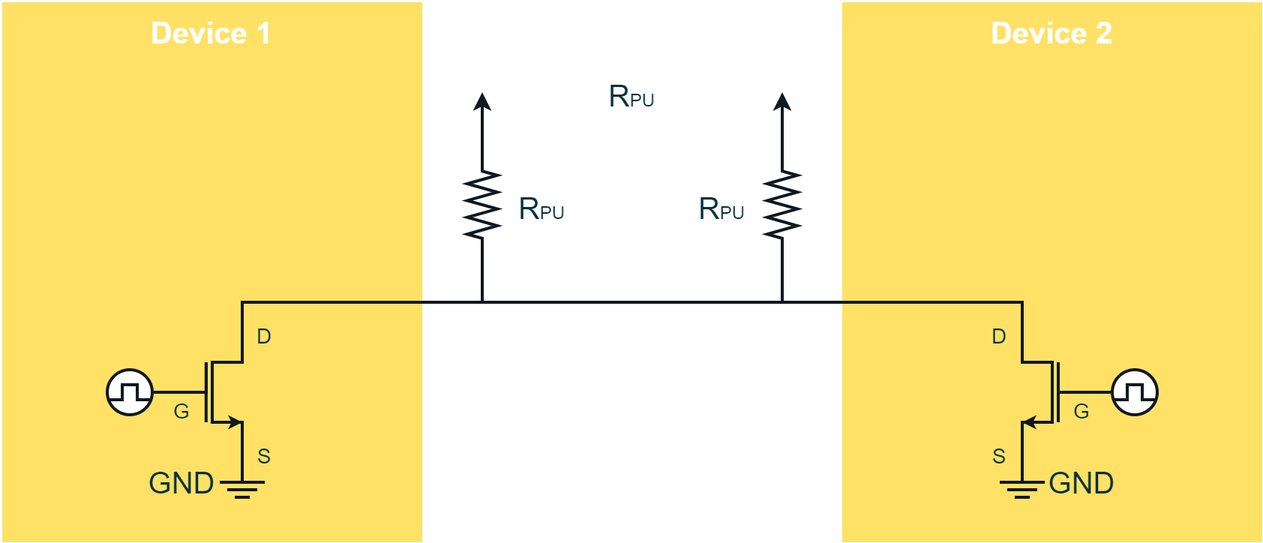
PLAY-Embedded/pe_assets keeps this draw.io diagram as draw.io/PE Articles/Basic knowledge/Fundamentals of Digital Circuitry/Open drain (PE).png. Above is the earlier version. Source tidied: cells renumbered, new cells last; positions are measured from the earlier drawing's top-left corner, leaving out a move shared by most shapes. The source it was exported from:
```xml
<mxGraphModel>
  <root>
    <mxCell id="0" />
    <mxCell id="1" parent="0" />
    <mxCell id="2" style="rounded=0;whiteSpace=wrap;html=1;strokeColor=none;strokeWidth=2;fontFamily=Arial;fontSize=20;fontColor=#FFFFFF;fillColor=#FED141;opacity=0;" parent="1" vertex="1">
      <mxGeometry width="840" height="360" as="geometry" />
    </mxCell>
    <mxCell id="3" style="rounded=0;whiteSpace=wrap;html=1;strokeColor=none;strokeWidth=2;fontFamily=Arial;fontSize=20;fontColor=#FFFFFF;fillColor=#FFCD00;opacity=60;" parent="1" vertex="1">
      <mxGeometry width="280" height="360" as="geometry" />
    </mxCell>
    <mxCell id="4" style="verticalLabelPosition=bottom;shadow=0;dashed=0;align=center;html=1;verticalAlign=top;shape=mxgraph.electrical.resistors.resistor_2;strokeColor=#101820;strokeWidth=2;fontFamily=Arial;fontSize=20;fontColor=#FFFFFF;fillColor=#101820;direction=south;" parent="1" vertex="1">
      <mxGeometry x="310" y="100" width="20" height="70" as="geometry" />
    </mxCell>
    <mxCell id="5" style="endArrow=none;html=1;rounded=0;strokeColor=#101820;strokeWidth=2;fontFamily=Arial;fontSize=20;fontColor=#FFFFFF;fillColor=none;" parent="1" edge="1">
      <mxGeometry x="0.33" y="20" relative="1" as="geometry">
        <mxPoint x="160" y="320" as="sourcePoint" />
        <mxPoint x="160" y="200" as="targetPoint" />
        <Array as="points">
          <mxPoint x="160" y="280" />
          <mxPoint x="140" y="280" />
          <mxPoint x="140" y="240" />
          <mxPoint x="160" y="240" />
        </Array>
      </mxGeometry>
    </mxCell>
    <mxCell id="6" style="endArrow=none;html=1;rounded=0;strokeColor=#101820;strokeWidth=2;fontFamily=Arial;fontSize=20;fontColor=#FFFFFF;fillColor=none;" parent="1" edge="1">
      <mxGeometry relative="1" as="geometry">
        <mxPoint x="135.9" y="280" as="sourcePoint" />
        <mxPoint x="135.9" y="240" as="targetPoint" />
      </mxGeometry>
    </mxCell>
    <mxCell id="7" style="endArrow=classic;html=1;rounded=0;strokeColor=#101820;strokeWidth=2;fontFamily=Arial;fontSize=20;fontColor=#FFFFFF;fillColor=none;endSize=3;startSize=3;" parent="1" edge="1">
      <mxGeometry relative="1" as="geometry">
        <mxPoint x="140" y="260" as="sourcePoint" />
        <mxPoint x="160" y="280" as="targetPoint" />
        <Array as="points">
          <mxPoint x="140" y="280" />
        </Array>
      </mxGeometry>
    </mxCell>
    <mxCell id="8" style="endArrow=none;html=1;rounded=0;strokeColor=#101820;strokeWidth=2;fontFamily=Arial;fontSize=20;fontColor=#FFFFFF;fillColor=none;entryX=1;entryY=0.5;entryDx=0;entryDy=0;" parent="1" edge="1" target="16">
      <mxGeometry relative="1" as="geometry">
        <mxPoint x="136" y="240" as="sourcePoint" />
        <Array as="points">
          <mxPoint x="136" y="260" />
          <mxPoint x="100" y="260" />
        </Array>
      </mxGeometry>
    </mxCell>
    <mxCell id="9" style="endArrow=classic;html=1;rounded=0;strokeColor=#101820;strokeWidth=2;fontFamily=Arial;fontSize=20;fontColor=#101820;fillColor=#101820;" parent="1" edge="1">
      <mxGeometry relative="1" as="geometry">
        <mxPoint x="320" y="100" as="sourcePoint" />
        <mxPoint x="320" y="60" as="targetPoint" />
      </mxGeometry>
    </mxCell>
    <mxCell id="10" style="group;" parent="1" vertex="1">
      <mxGeometry x="145" y="320" width="30" height="10" as="geometry" />
    </mxCell>
    <mxCell id="11" style="endArrow=none;html=1;rounded=0;strokeColor=#101820;strokeWidth=2;fontFamily=Arial;fontSize=20;fontColor=#101820;fillColor=none;" parent="10" edge="1">
      <mxGeometry relative="1" as="geometry">
        <mxPoint as="sourcePoint" />
        <mxPoint x="30" as="targetPoint" />
      </mxGeometry>
    </mxCell>
    <mxCell id="12" style="endArrow=none;html=1;rounded=0;strokeColor=#101820;strokeWidth=2;fontFamily=Arial;fontSize=20;fontColor=#101820;fillColor=none;" parent="10" edge="1">
      <mxGeometry relative="1" as="geometry">
        <mxPoint x="5" y="5" as="sourcePoint" />
        <mxPoint x="25" y="5" as="targetPoint" />
      </mxGeometry>
    </mxCell>
    <mxCell id="13" style="endArrow=none;html=1;rounded=0;strokeColor=#101820;strokeWidth=2;fontFamily=Arial;fontSize=20;fontColor=#101820;fillColor=none;" parent="10" edge="1">
      <mxGeometry relative="1" as="geometry">
        <mxPoint x="10" y="10" as="sourcePoint" />
        <mxPoint x="20" y="10" as="targetPoint" />
      </mxGeometry>
    </mxCell>
    <mxCell id="14" style="endArrow=none;html=1;rounded=0;strokeColor=#101820;strokeWidth=2;fontFamily=Arial;fontSize=20;fontColor=#101820;fillColor=none;" parent="10" edge="1">
      <mxGeometry relative="1" as="geometry">
        <mxPoint x="25" as="sourcePoint" />
        <mxPoint x="15" y="-20" as="targetPoint" />
        <Array as="points">
          <mxPoint x="15" />
        </Array>
      </mxGeometry>
    </mxCell>
    <mxCell id="15" value="&lt;font color=&quot;#00313c&quot;&gt;GND&lt;/font&gt;" style="rounded=0;whiteSpace=wrap;html=1;strokeColor=none;strokeWidth=2;fontFamily=Arial;fontSize=20;fontColor=#101820;fillColor=none;" parent="1" vertex="1">
      <mxGeometry y="300" width="240" height="40" as="geometry" />
    </mxCell>
    <mxCell id="16" style="ellipse;whiteSpace=wrap;html=1;strokeColor=#101820;strokeWidth=2;fontFamily=Arial;fontSize=20;fontColor=#00313C;fillColor=#FFFFFF;" parent="1" vertex="1">
      <mxGeometry x="70" y="245" width="30" height="30" as="geometry" />
    </mxCell>
    <mxCell id="17" style="endArrow=none;html=1;rounded=0;strokeColor=#101820;strokeWidth=2;fontFamily=Arial;fontSize=20;fontColor=#00313C;fillColor=none;" parent="1" edge="1">
      <mxGeometry relative="1" as="geometry">
        <mxPoint x="70" y="265" as="sourcePoint" />
        <mxPoint x="100" y="265" as="targetPoint" />
        <Array as="points">
          <mxPoint x="80" y="265" />
          <mxPoint x="80" y="255" />
          <mxPoint x="90" y="255" />
          <mxPoint x="90" y="265" />
        </Array>
      </mxGeometry>
    </mxCell>
    <mxCell id="18" value="&lt;font style=&quot;font-size: 14px;&quot; color=&quot;#00313c&quot;&gt;S&lt;/font&gt;" style="rounded=0;whiteSpace=wrap;html=1;strokeColor=none;strokeWidth=2;fontFamily=Arial;fontSize=20;fontColor=#101820;fillColor=none;" parent="1" vertex="1">
      <mxGeometry x="70" y="280" width="210" height="40" as="geometry" />
    </mxCell>
    <mxCell id="19" value="&lt;font style=&quot;font-size: 14px;&quot; color=&quot;#00313c&quot;&gt;D&lt;/font&gt;" style="rounded=0;whiteSpace=wrap;html=1;strokeColor=none;strokeWidth=2;fontFamily=Arial;fontSize=20;fontColor=#101820;fillColor=none;" parent="1" vertex="1">
      <mxGeometry x="70" y="200" width="210" height="40" as="geometry" />
    </mxCell>
    <mxCell id="20" value="&lt;font style=&quot;font-size: 14px;&quot; color=&quot;#00313c&quot;&gt;G&lt;/font&gt;" style="rounded=0;whiteSpace=wrap;html=1;strokeColor=none;strokeWidth=2;fontFamily=Arial;fontSize=20;fontColor=#101820;fillColor=none;" parent="1" vertex="1">
      <mxGeometry y="250" width="240" height="40" as="geometry" />
    </mxCell>
    <mxCell id="21" style="rounded=0;whiteSpace=wrap;html=1;strokeColor=none;strokeWidth=2;fontFamily=Arial;fontSize=20;fontColor=#FFFFFF;fillColor=#FFCD00;opacity=60;" parent="1" vertex="1">
      <mxGeometry x="560" width="280" height="360" as="geometry" />
    </mxCell>
    <mxCell id="22" style="endArrow=none;html=1;rounded=0;labelBackgroundColor=#0067B9;strokeColor=#101820;strokeWidth=2;fontFamily=Arial;fontSize=15;fontColor=#A5B6BA;startSize=10;endSize=3;fillColor=#101820;endFill=0;" parent="1" edge="1">
      <mxGeometry relative="1" as="geometry">
        <mxPoint x="160" y="220" as="sourcePoint" />
        <mxPoint x="680" y="200" as="targetPoint" />
        <Array as="points">
          <mxPoint x="160" y="200" />
          <mxPoint x="680" y="200" />
          <mxPoint x="680" y="220" />
        </Array>
      </mxGeometry>
    </mxCell>
    <mxCell id="23" value="&lt;font color=&quot;#ffffff&quot;&gt;Device 1&lt;/font&gt;" style="rounded=0;whiteSpace=wrap;html=1;strokeColor=none;strokeWidth=2;fontFamily=Arial;fontSize=20;fontColor=#101820;fillColor=none;fontStyle=1;" parent="1" vertex="1">
      <mxGeometry width="280" height="40" as="geometry" />
    </mxCell>
    <mxCell id="24" value="&lt;font color=&quot;#ffffff&quot;&gt;Device 2&lt;/font&gt;" style="rounded=0;whiteSpace=wrap;html=1;strokeColor=none;strokeWidth=2;fontFamily=Arial;fontSize=20;fontColor=#101820;fillColor=none;fontStyle=1;" parent="1" vertex="1">
      <mxGeometry x="560" width="280" height="40" as="geometry" />
    </mxCell>
    <mxCell id="25" style="endArrow=none;html=1;rounded=0;strokeColor=#101820;strokeWidth=2;fontFamily=Arial;fontSize=20;fontColor=#FFFFFF;fillColor=#101820;" parent="1" edge="1">
      <mxGeometry x="0.33" y="20" relative="1" as="geometry">
        <mxPoint x="680" y="320" as="sourcePoint" />
        <mxPoint x="680" y="200" as="targetPoint" />
        <Array as="points">
          <mxPoint x="680" y="280" />
          <mxPoint x="700" y="280" />
          <mxPoint x="700" y="240" />
          <mxPoint x="680" y="240" />
        </Array>
      </mxGeometry>
    </mxCell>
    <mxCell id="26" style="endArrow=none;html=1;rounded=0;strokeColor=#101820;strokeWidth=2;fontFamily=Arial;fontSize=20;fontColor=#FFFFFF;fillColor=none;" parent="1" edge="1">
      <mxGeometry relative="1" as="geometry">
        <mxPoint x="704" y="280" as="sourcePoint" />
        <mxPoint x="704" y="240" as="targetPoint" />
      </mxGeometry>
    </mxCell>
    <mxCell id="27" style="endArrow=classic;html=1;rounded=0;strokeColor=#101820;strokeWidth=2;fontFamily=Arial;fontSize=20;fontColor=#FFFFFF;fillColor=#101820;endSize=3;startSize=3;" parent="1" edge="1">
      <mxGeometry relative="1" as="geometry">
        <mxPoint x="700" y="260" as="sourcePoint" />
        <mxPoint x="680" y="280" as="targetPoint" />
        <Array as="points">
          <mxPoint x="700" y="280" />
        </Array>
      </mxGeometry>
    </mxCell>
    <mxCell id="28" style="endArrow=none;html=1;rounded=0;strokeColor=#101820;strokeWidth=2;fontFamily=Arial;fontSize=20;fontColor=#FFFFFF;fillColor=#101820;" parent="1" edge="1">
      <mxGeometry relative="1" as="geometry">
        <mxPoint x="704" y="240" as="sourcePoint" />
        <mxPoint x="740" y="260" as="targetPoint" />
        <Array as="points">
          <mxPoint x="704" y="260" />
          <mxPoint x="740" y="260" />
        </Array>
      </mxGeometry>
    </mxCell>
    <mxCell id="29" style="group;" parent="1" vertex="1">
      <mxGeometry x="665" y="320" width="30" height="10" as="geometry" />
    </mxCell>
    <mxCell id="30" style="endArrow=none;html=1;rounded=0;strokeColor=#101820;strokeWidth=2;fontFamily=Arial;fontSize=20;fontColor=#101820;fillColor=none;" parent="29" edge="1">
      <mxGeometry relative="1" as="geometry">
        <mxPoint as="sourcePoint" />
        <mxPoint x="30" as="targetPoint" />
      </mxGeometry>
    </mxCell>
    <mxCell id="31" style="endArrow=none;html=1;rounded=0;strokeColor=#101820;strokeWidth=2;fontFamily=Arial;fontSize=20;fontColor=#101820;fillColor=none;" parent="29" edge="1">
      <mxGeometry relative="1" as="geometry">
        <mxPoint x="5" y="5" as="sourcePoint" />
        <mxPoint x="25" y="5" as="targetPoint" />
      </mxGeometry>
    </mxCell>
    <mxCell id="32" style="endArrow=none;html=1;rounded=0;strokeColor=#101820;strokeWidth=2;fontFamily=Arial;fontSize=20;fontColor=#101820;fillColor=none;" parent="29" edge="1">
      <mxGeometry relative="1" as="geometry">
        <mxPoint x="10" y="10" as="sourcePoint" />
        <mxPoint x="20" y="10" as="targetPoint" />
      </mxGeometry>
    </mxCell>
    <mxCell id="33" style="endArrow=none;html=1;rounded=0;strokeColor=#101820;strokeWidth=2;fontFamily=Arial;fontSize=20;fontColor=#101820;fillColor=none;" parent="29" edge="1">
      <mxGeometry relative="1" as="geometry">
        <mxPoint x="25" as="sourcePoint" />
        <mxPoint x="15" y="-20" as="targetPoint" />
        <Array as="points">
          <mxPoint x="15" />
        </Array>
      </mxGeometry>
    </mxCell>
    <mxCell id="34" value="&lt;font color=&quot;#00313c&quot;&gt;GND&lt;/font&gt;" style="rounded=0;whiteSpace=wrap;html=1;strokeColor=none;strokeWidth=2;fontFamily=Arial;fontSize=20;fontColor=#101820;fillColor=none;" parent="1" vertex="1">
      <mxGeometry x="600" y="300" width="240" height="40" as="geometry" />
    </mxCell>
    <mxCell id="35" value="&lt;font style=&quot;font-size: 14px;&quot; color=&quot;#00313c&quot;&gt;S&lt;/font&gt;" style="rounded=0;whiteSpace=wrap;html=1;strokeColor=none;strokeWidth=2;fontFamily=Arial;fontSize=20;fontColor=#101820;fillColor=none;" parent="1" vertex="1">
      <mxGeometry x="560" y="280" width="210" height="40" as="geometry" />
    </mxCell>
    <mxCell id="36" value="&lt;font style=&quot;font-size: 14px;&quot; color=&quot;#00313c&quot;&gt;G&lt;/font&gt;" style="rounded=0;whiteSpace=wrap;html=1;strokeColor=none;strokeWidth=2;fontFamily=Arial;fontSize=20;fontColor=#101820;fillColor=none;" parent="1" vertex="1">
      <mxGeometry x="600" y="250" width="240" height="40" as="geometry" />
    </mxCell>
    <mxCell id="37" style="endArrow=none;html=1;rounded=0;strokeColor=#101820;strokeWidth=2;fontFamily=Arial;fontSize=20;fontColor=#101820;fillColor=#101820;" parent="1" edge="1">
      <mxGeometry relative="1" as="geometry">
        <mxPoint x="320" y="200" as="sourcePoint" />
        <mxPoint x="320" y="170" as="targetPoint" />
      </mxGeometry>
    </mxCell>
    <mxCell id="38" style="ellipse;whiteSpace=wrap;html=1;strokeColor=#101820;strokeWidth=2;fontFamily=Arial;fontSize=20;fontColor=#00313C;fillColor=#FFFFFF;" parent="1" vertex="1">
      <mxGeometry x="740" y="245" width="30" height="30" as="geometry" />
    </mxCell>
    <mxCell id="39" style="endArrow=none;html=1;rounded=0;strokeColor=#101820;strokeWidth=2;fontFamily=Arial;fontSize=20;fontColor=#00313C;fillColor=none;" parent="1" edge="1">
      <mxGeometry relative="1" as="geometry">
        <mxPoint x="740" y="265" as="sourcePoint" />
        <mxPoint x="770" y="265" as="targetPoint" />
        <Array as="points">
          <mxPoint x="750" y="265" />
          <mxPoint x="750" y="255" />
          <mxPoint x="760" y="255" />
          <mxPoint x="760" y="265" />
        </Array>
      </mxGeometry>
    </mxCell>
    <mxCell id="40" value="&lt;font style=&quot;font-size: 14px;&quot; color=&quot;#00313c&quot;&gt;D&lt;/font&gt;" style="rounded=0;whiteSpace=wrap;html=1;strokeColor=none;strokeWidth=2;fontFamily=Arial;fontSize=20;fontColor=#101820;fillColor=none;" parent="1" vertex="1">
      <mxGeometry x="560" y="200" width="210" height="40" as="geometry" />
    </mxCell>
    <mxCell id="41" style="verticalLabelPosition=bottom;shadow=0;dashed=0;align=center;html=1;verticalAlign=top;shape=mxgraph.electrical.resistors.resistor_2;strokeColor=#101820;strokeWidth=2;fontFamily=Arial;fontSize=20;fontColor=#FFFFFF;fillColor=#101820;direction=south;" parent="1" vertex="1">
      <mxGeometry x="510" y="100" width="20" height="70" as="geometry" />
    </mxCell>
    <mxCell id="42" style="endArrow=classic;html=1;rounded=0;strokeColor=#101820;strokeWidth=2;fontFamily=Arial;fontSize=20;fontColor=#101820;fillColor=#101820;" parent="1" edge="1">
      <mxGeometry relative="1" as="geometry">
        <mxPoint x="520" y="100" as="sourcePoint" />
        <mxPoint x="520" y="60" as="targetPoint" />
      </mxGeometry>
    </mxCell>
    <mxCell id="43" style="endArrow=none;html=1;rounded=0;strokeColor=#101820;strokeWidth=2;fontFamily=Arial;fontSize=20;fontColor=#101820;fillColor=#101820;" parent="1" edge="1">
      <mxGeometry relative="1" as="geometry">
        <mxPoint x="520" y="200" as="sourcePoint" />
        <mxPoint x="520" y="170" as="targetPoint" />
      </mxGeometry>
    </mxCell>
    <mxCell id="44" value="&lt;font color=&quot;#00313c&quot; style=&quot;&quot;&gt;&lt;span style=&quot;font-size: 20px; vertical-align: sub;&quot;&gt;R&lt;/span&gt;&lt;sub style=&quot;&quot;&gt;&lt;font style=&quot;font-size: 12px;&quot;&gt;PU&lt;/font&gt;&lt;/sub&gt;&lt;/font&gt;" style="rounded=0;whiteSpace=wrap;html=1;strokeColor=none;strokeWidth=2;fontFamily=Arial;fontSize=20;fontColor=#101820;fillColor=none;" parent="1" vertex="1">
      <mxGeometry x="340" y="115" width="40" height="40" as="geometry" />
    </mxCell>
    <mxCell id="45" value="&lt;font color=&quot;#00313c&quot; style=&quot;&quot;&gt;&lt;span style=&quot;font-size: 20px; vertical-align: sub;&quot;&gt;R&lt;/span&gt;&lt;sub style=&quot;&quot;&gt;&lt;font style=&quot;font-size: 12px;&quot;&gt;PU&lt;/font&gt;&lt;/sub&gt;&lt;/font&gt;" style="rounded=0;whiteSpace=wrap;html=1;strokeColor=none;strokeWidth=2;fontFamily=Arial;fontSize=20;fontColor=#101820;fillColor=none;" parent="1" vertex="1">
      <mxGeometry x="460" y="115" width="40" height="40" as="geometry" />
    </mxCell>
    <mxCell id="46" value="&lt;font color=&quot;#00313c&quot; style=&quot;&quot;&gt;&lt;span style=&quot;font-size: 20px; vertical-align: sub;&quot;&gt;R&lt;/span&gt;&lt;sub style=&quot;&quot;&gt;&lt;font style=&quot;font-size: 12px;&quot;&gt;PU&lt;/font&gt;&lt;/sub&gt;&lt;/font&gt;" style="rounded=0;whiteSpace=wrap;html=1;strokeColor=none;strokeWidth=2;fontFamily=Arial;fontSize=20;fontColor=#101820;fillColor=none;" parent="1" vertex="1">
      <mxGeometry x="400" y="40" width="40" height="40" as="geometry" />
    </mxCell>
  </root>
</mxGraphModel>
```
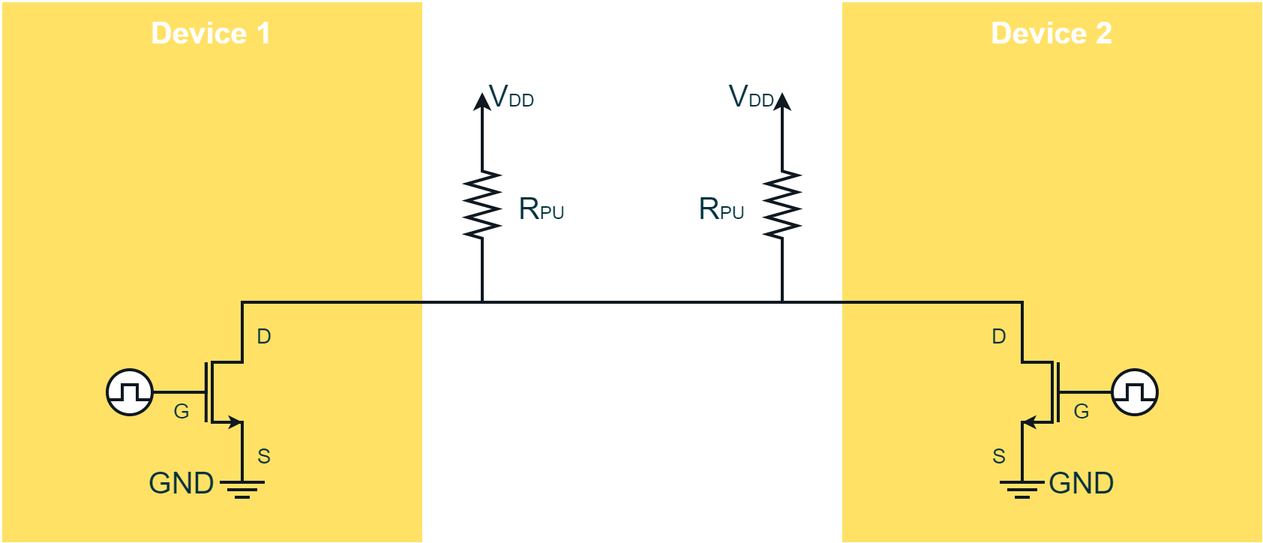
Later version of the same file.

Diff of the diagram source:
```diff
@@ -251,8 +251,11 @@
     <mxCell id="45" value="&lt;font color=&quot;#00313c&quot; style=&quot;&quot;&gt;&lt;span style=&quot;font-size: 20px; vertical-align: sub;&quot;&gt;R&lt;/span&gt;&lt;sub style=&quot;&quot;&gt;&lt;font style=&quot;font-size: 12px;&quot;&gt;PU&lt;/font&gt;&lt;/sub&gt;&lt;/font&gt;" style="rounded=0;whiteSpace=wrap;html=1;strokeColor=none;strokeWidth=2;fontFamily=Arial;fontSize=20;fontColor=#101820;fillColor=none;" parent="1" vertex="1">
       <mxGeometry x="460" y="115" width="40" height="40" as="geometry" />
     </mxCell>
-    <mxCell id="46" value="&lt;font color=&quot;#00313c&quot; style=&quot;&quot;&gt;&lt;span style=&quot;font-size: 20px; vertical-align: sub;&quot;&gt;R&lt;/span&gt;&lt;sub style=&quot;&quot;&gt;&lt;font style=&quot;font-size: 12px;&quot;&gt;PU&lt;/font&gt;&lt;/sub&gt;&lt;/font&gt;" style="rounded=0;whiteSpace=wrap;html=1;strokeColor=none;strokeWidth=2;fontFamily=Arial;fontSize=20;fontColor=#101820;fillColor=none;" parent="1" vertex="1">
-      <mxGeometry x="400" y="40" width="40" height="40" as="geometry" />
+    <mxCell id="46" value="&lt;font color=&quot;#00313c&quot; style=&quot;&quot;&gt;&lt;sub style=&quot;&quot;&gt;&lt;font style=&quot;font-size: 20px;&quot;&gt;V&lt;/font&gt;&lt;font style=&quot;font-size: 12px;&quot;&gt;DD&lt;/font&gt;&lt;/sub&gt;&lt;/font&gt;" style="rounded=0;whiteSpace=wrap;html=1;strokeColor=none;strokeWidth=2;fontFamily=Arial;fontSize=20;fontColor=#101820;fillColor=none;" parent="1" vertex="1">
+      <mxGeometry x="480" y="40" width="40" height="40" as="geometry" />
     </mxCell>
+    <mxCell id="47" value="&lt;font color=&quot;#00313c&quot; style=&quot;&quot;&gt;&lt;sub style=&quot;&quot;&gt;&lt;font style=&quot;font-size: 20px;&quot;&gt;V&lt;/font&gt;&lt;font style=&quot;font-size: 12px;&quot;&gt;DD&lt;/font&gt;&lt;/sub&gt;&lt;/font&gt;" style="rounded=0;whiteSpace=wrap;html=1;strokeColor=none;strokeWidth=2;fontFamily=Arial;fontSize=20;fontColor=#101820;fillColor=none;" parent="1" vertex="1">
+      <mxGeometry x="320" y="40" width="40" height="40" as="geometry" />
+    </mxCell>
   </root>
 </mxGraphModel>
```
